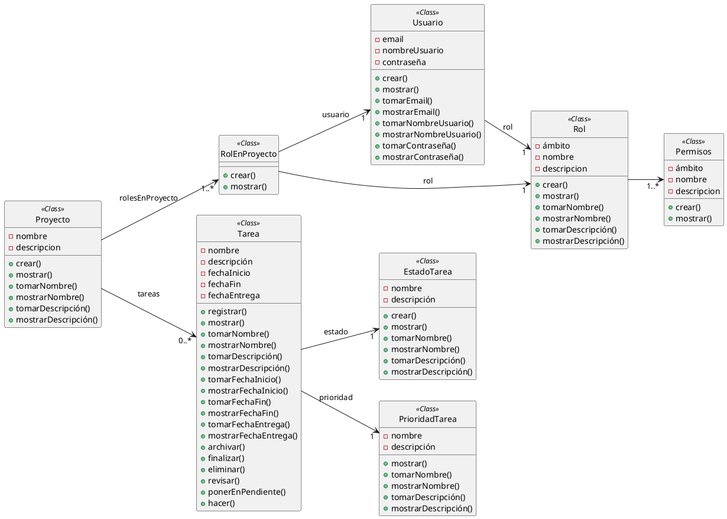
The PlantUML diagram Modelado/DiagramaMD/ModeloDeDominio.png in ciggyx/Task_Flow, before a commit.
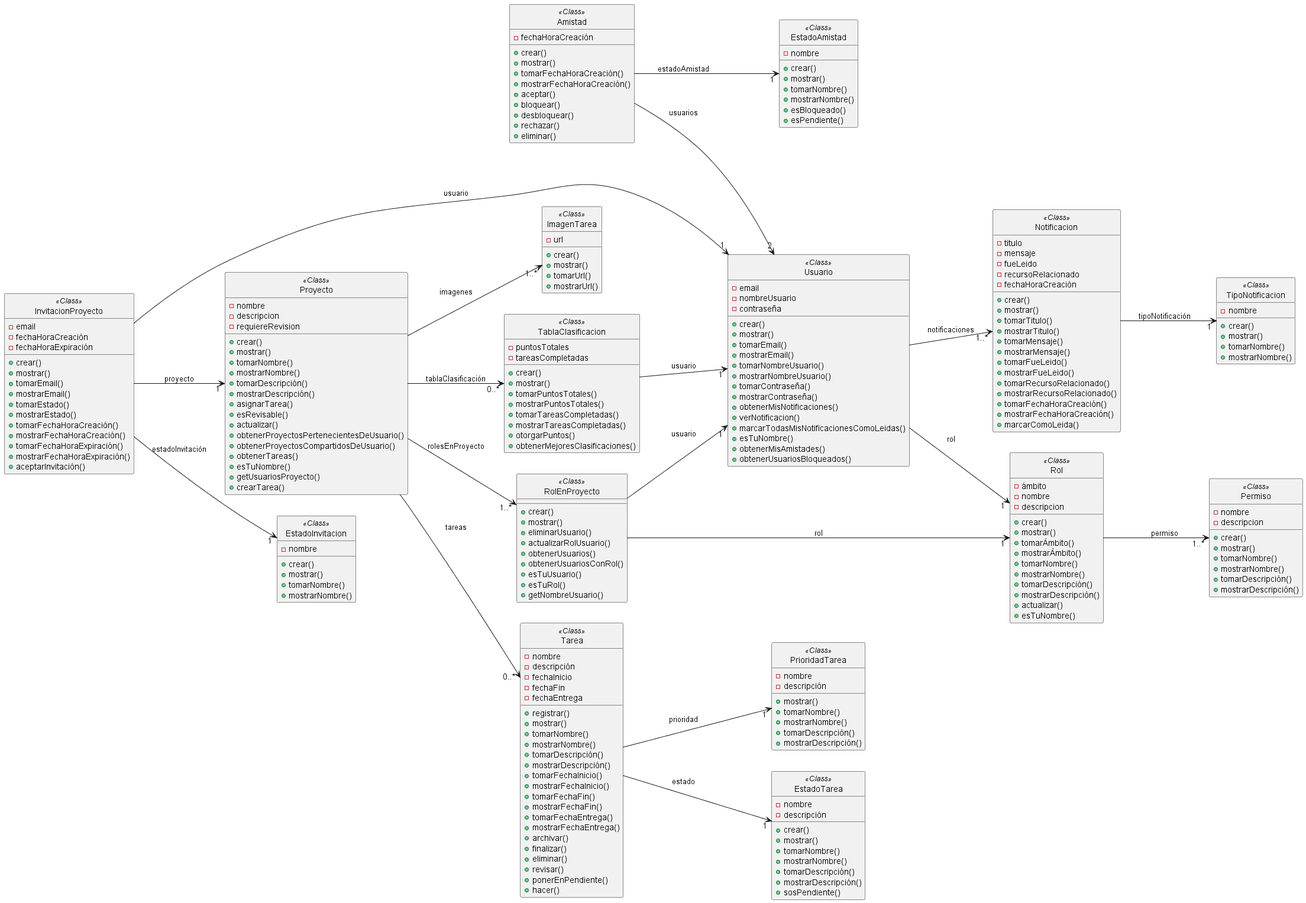
Later version of the same file.

Commit message:
feat(modelo-dominio): actualizo modelo de dominio

Change to the diagram source:
```diff
@@ -13,9 +13,126 @@
     + mostrarNombreUsuario()
     + tomarContraseña()
     + mostrarContraseña()
+    + obtenerMisNotificaciones()
+    + verNotificacion()
+    + marcarTodasMisNotificacionesComoLeidas()
+    + esTuNombre()
+    + obtenerMisAmistades()
+    + obtenerUsuariosBloqueados()
+}
+
+class Amistad<<Class>>{
+    - fechaHoraCreación
+    + crear()
+    + mostrar()
+    + tomarFechaHoraCreación()
+    + mostrarFechaHoraCreación()
+    + aceptar()
+    + bloquear()
+    + desbloquear()
+    + rechazar()
+    + eliminar()
+}
+
+class EstadoAmistad<<Class>>{
+    - nombre
+    + crear()
+    + mostrar()
+    + tomarNombre()
+    + mostrarNombre()
+    + esBloqueado()
+    + esPendiente()
+}
+
+
+class InvitacionProyecto<<Class>>{
+    - email
+    - fechaHoraCreación
+    - fechaHoraExpiración
+    + crear()
+    + mostrar()
+    + tomarEmail()
+    + mostrarEmail()
+    + tomarEstado()
+    + mostrarEstado()
+    + tomarFechaHoraCreación()
+    + mostrarFechaHoraCreación()
+    + tomarFechaHoraExpiración()
+    + mostrarFechaHoraExpiración()
+    + aceptarInvitación()
+}
+
+class EstadoInvitacion<<Class>>{
+    - nombre
+    + crear()
+    + mostrar()
+    + tomarNombre()
+    + mostrarNombre()
+}
+
+class TablaClasificacion<<Class>>{
+    - puntosTotales
+    - tareasCompletadas
+    + crear()
+    + mostrar()
+    + tomarPuntosTotales()
+    + mostrarPuntosTotales()
+    + tomarTareasCompletadas()
+    + mostrarTareasCompletadas()
+    + otorgarPuntos()
+    + obtenerMejoresClasificaciones()
 }
 
 class Proyecto<<Class>>{
+    - nombre
+    - descripcion
+    - requiereRevision
+    + crear()
+    + mostrar()
+    + tomarNombre()
+    + mostrarNombre()
+    + tomarDescripción()
+    + mostrarDescripción()
+    + asignarTarea()
+    + esRevisable()
+    + actualizar()
+    + obtenerProyectosPertenecientesDeUsuario()
+    + obtenerProyectosCompartidosDeUsuario()
+    + obtenerTareas()
+    + esTuNombre()
+    + getUsuariosProyecto()
+    + crearTarea()
+}
+
+class RolEnProyecto<<Class>>{
+    + crear()
+    + mostrar()
+    + eliminarUsuario()
+    + actualizarRolUsuario()
+    + obtenerUsuarios()
+    + obtenerUsuariosConRol()
+    + esTuUsuario()
+    + esTuRol()
+    + getNombreUsuario()
+}
+
+class Rol<<Class>>{
+    - ámbito
+    - nombre
+    - descripcion
+    + crear()
+    + mostrar()
+    + tomarÁmbito()
+    + mostrarÁmbito()
+    + tomarNombre()
+    + mostrarNombre()
+    + tomarDescripción()
+    + mostrarDescripción()
+    + actualizar()
+    + esTuNombre()
+}
+
+class Permiso<<Class>>{
     - nombre
     - descripcion
     + crear()
@@ -24,31 +141,6 @@
     + mostrarNombre()
     + tomarDescripción()
     + mostrarDescripción()
-
-}
-
-class RolEnProyecto<<Class>>{
-    + crear()
-    + mostrar()
-}
-
-class Rol<<Class>>{
-    - ámbito
-    - nombre
-    - descripcion
-    + crear()
-    + mostrar()
-    + tomarNombre()
-    + mostrarNombre()
-    + tomarDescripción()
-    + mostrarDescripción()
-}
-class Permisos<<Class>>{
-    - ámbito
-    - nombre
-    - descripcion
-    + crear()
-    + mostrar()
 }
 
 class Tarea<<Class>>{
@@ -77,6 +169,14 @@
     + hacer()
 }
 
+class ImagenTarea<<Class>>{
+    - url
+    + crear()
+    + mostrar()
+    + tomarUrl()
+    + mostrarUrl()
+}
+
 class EstadoTarea<<Class>>{
     - nombre
     - descripción
@@ -86,6 +186,7 @@
     + mostrarNombre()
     + tomarDescripción()
     + mostrarDescripción()
+    + sosPendiente()
 }
 
 class PrioridadTarea<<Class>>{
@@ -98,12 +199,51 @@
     + mostrarDescripción()
 }
 
+class Notificacion<<Class>>{
+    - titulo
+    - mensaje
+    - fueLeido
+    - recursoRelacionado
+    - fechaHoraCreación
+    + crear()
+    + mostrar()
+    + tomarTitulo()
+    + mostrarTitulo()
+    + tomarMensaje()
+    + mostrarMensaje()
+    + tomarFueLeido()
+    + mostrarFueLeido()
+    + tomarRecursoRelacionado()
+    + mostrarRecursoRelacionado()
+    + tomarFechaHoraCreación()
+    + mostrarFechaHoraCreación()
+    + marcarComoLeida()
+}
+
+class TipoNotificacion<<Class>>{
+    - nombre
+    + crear()
+    + mostrar()
+    + tomarNombre()
+    + mostrarNombre()
+}
+
 Usuario --> "1" Rol : rol
 Proyecto --> "0..*" Tarea: tareas
 Proyecto --> "1..*" RolEnProyecto: rolesEnProyecto
+Proyecto --> "1..*" ImagenTarea: imagenes
+Proyecto --> "0..*" TablaClasificacion : tablaClasificación
 RolEnProyecto --> "1" Usuario : usuario
 RolEnProyecto --> "1" Rol: rol
 Tarea --> "1" EstadoTarea : estado
 Tarea --> "\t\t1" PrioridadTarea :  prioridad
-Rol --> "1..*" Permisos
+Rol --> "1..*" Permiso : permiso
+InvitacionProyecto --> "1" Proyecto : proyecto
+InvitacionProyecto --> "1" Usuario : usuario
+InvitacionProyecto --> "1" EstadoInvitacion : estadoInvitación
+Amistad --> "2" Usuario : usuarios
+Amistad --> "1" EstadoAmistad : estadoAmistad
+TablaClasificacion --> "1" Usuario : usuario
+Notificacion --> "1" TipoNotificacion : tipoNotificación
+Usuario --> "1..*" Notificacion : notificaciones
 @enduml
```
